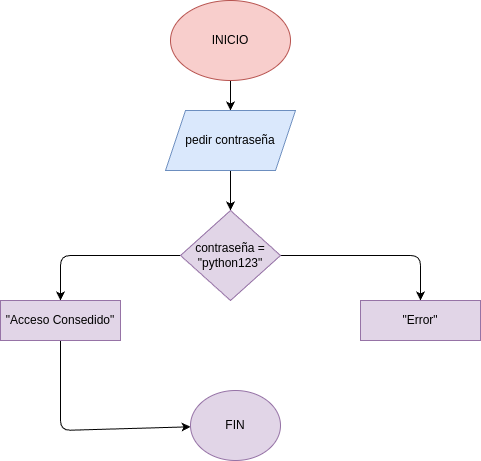
Earlier version of the draw.io export Ejercicio No.1/diagrama.png (mariapaulacarreno/Ejercicios_practica_while). Source tidied: cells renumbered, new cells last; positions are measured from the earlier drawing's top-left corner, leaving out a move shared by most shapes.
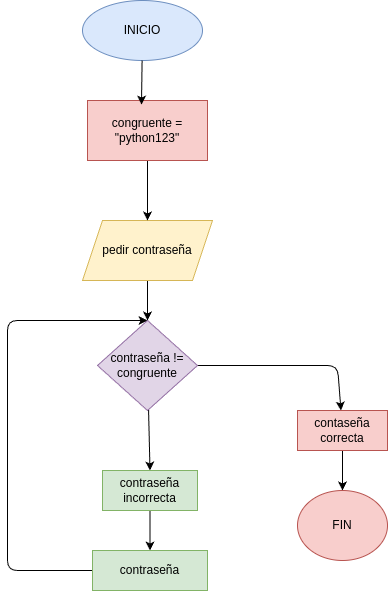
Above is the later version.

Diff of the diagram source:
```diff
@@ -2,50 +2,62 @@
   <root>
     <mxCell id="0" />
     <mxCell id="1" parent="0" />
-    <mxCell id="2" style="edgeStyle=none;html=1;" parent="1" edge="1" source="3" target="5">
-      <mxGeometry relative="1" as="geometry" />
-    </mxCell>
-    <mxCell id="3" value="INICIO" style="ellipse;whiteSpace=wrap;html=1;fillColor=#f8cecc;strokeColor=#b85450;" parent="1" vertex="1">
-      <mxGeometry x="170" width="120" height="80" as="geometry" />
-    </mxCell>
     <mxCell id="4" style="edgeStyle=none;html=1;" parent="1" edge="1" source="5" target="8">
       <mxGeometry relative="1" as="geometry" />
     </mxCell>
-    <mxCell id="5" value="pedir contraseña" style="shape=parallelogram;perimeter=parallelogramPerimeter;whiteSpace=wrap;html=1;fixedSize=1;fillColor=#dae8fc;strokeColor=#6c8ebf;" parent="1" vertex="1">
+    <mxCell id="5" value="pedir contraseña" style="shape=parallelogram;perimeter=parallelogramPerimeter;whiteSpace=wrap;html=1;fixedSize=1;fillColor=#fff2cc;strokeColor=#d6b656;" parent="1" vertex="1">
       <mxGeometry x="165" y="110" width="130" height="60" as="geometry" />
     </mxCell>
+    <mxCell id="7" style="edgeStyle=none;html=1;" parent="1" edge="1" source="8" target="11">
+      <mxGeometry relative="1" as="geometry">
+        <Array as="points">
+          <mxPoint x="420" y="255" />
+        </Array>
+      </mxGeometry>
+    </mxCell>
-    <mxCell id="6" style="edgeStyle=none;html=1;" parent="1" edge="1" source="8" target="10">
-      <mxGeometry relative="1" as="geometry">
-        <Array as="points">
-          <mxPoint x="60" y="255" />
-        </Array>
-      </mxGeometry>
+    <mxCell id="6" style="edgeStyle=none;html=1;entryX=0.5;entryY=0;entryDx=0;entryDy=0;" parent="1" edge="1" source="8" target="10">
+      <mxGeometry relative="1" as="geometry" />
     </mxCell>
-    <mxCell id="7" style="edgeStyle=none;html=1;" parent="1" edge="1" source="8" target="11">
-      <mxGeometry relative="1" as="geometry">
-        <Array as="points">
-          <mxPoint x="420" y="255" />
-        </Array>
-      </mxGeometry>
-    </mxCell>
-    <mxCell id="8" value="contraseña =&lt;div&gt;&quot;python123&quot;&lt;/div&gt;" style="rhombus;whiteSpace=wrap;html=1;fillColor=#e1d5e7;strokeColor=#9673a6;" parent="1" vertex="1">
+    <mxCell id="8" value="contraseña !=&lt;div&gt;congruente&lt;/div&gt;" style="rhombus;whiteSpace=wrap;html=1;fillColor=#e1d5e7;strokeColor=#9673a6;" parent="1" vertex="1">
       <mxGeometry x="180" y="210" width="100" height="90" as="geometry" />
     </mxCell>
-    <mxCell id="9" style="edgeStyle=none;html=1;" parent="1" edge="1" source="10" target="12">
-      <mxGeometry relative="1" as="geometry">
-        <Array as="points">
-          <mxPoint x="60" y="430" />
-        </Array>
-      </mxGeometry>
-    </mxCell>
+    <mxCell id="13" style="edgeStyle=none;html=1;" parent="1" edge="1" source="10" target="19">
+      <mxGeometry relative="1" as="geometry" />
+    </mxCell>
-    <mxCell id="10" value="&quot;Acceso Consedido&quot;" style="whiteSpace=wrap;html=1;fillColor=#e1d5e7;strokeColor=#9673a6;" parent="1" vertex="1">
-      <mxGeometry y="300" width="120" height="40" as="geometry" />
+    <mxCell id="10" value="contraseña incorrecta" style="whiteSpace=wrap;html=1;fillColor=#d5e8d4;strokeColor=#82b366;" parent="1" vertex="1">
+      <mxGeometry x="185" y="360" width="95" height="40" as="geometry" />
     </mxCell>
+    <mxCell id="14" style="edgeStyle=none;html=1;" parent="1" edge="1" source="11" target="12">
+      <mxGeometry relative="1" as="geometry" />
+    </mxCell>
-    <mxCell id="11" value="&quot;Error&quot;" style="whiteSpace=wrap;html=1;fillColor=#e1d5e7;strokeColor=#9673a6;" parent="1" vertex="1">
-      <mxGeometry x="360" y="300" width="120" height="40" as="geometry" />
+    <mxCell id="11" value="contaseña correcta" style="whiteSpace=wrap;html=1;fillColor=#f8cecc;strokeColor=#b85450;" parent="1" vertex="1">
+      <mxGeometry x="380" y="300" width="90" height="40" as="geometry" />
     </mxCell>
-    <mxCell id="12" value="FIN" style="ellipse;whiteSpace=wrap;html=1;fillColor=#e1d5e7;strokeColor=#9673a6;" parent="1" vertex="1">
-      <mxGeometry x="190" y="390" width="90" height="70" as="geometry" />
+    <mxCell id="12" value="FIN" style="ellipse;whiteSpace=wrap;html=1;fillColor=#f8cecc;strokeColor=#b85450;" parent="1" vertex="1">
+      <mxGeometry x="380" y="380" width="90" height="70" as="geometry" />
     </mxCell>
+    <mxCell id="15" style="edgeStyle=none;html=1;entryX=0.5;entryY=0;entryDx=0;entryDy=0;" parent="1" edge="1" source="16" target="5">
+      <mxGeometry relative="1" as="geometry" />
+    </mxCell>
+    <mxCell id="16" value="congruente =&lt;div&gt;&quot;python123&quot;&lt;/div&gt;" style="rounded=0;whiteSpace=wrap;html=1;fillColor=#f8cecc;strokeColor=#b85450;" parent="1" vertex="1">
+      <mxGeometry x="170" y="-10" width="120" height="60" as="geometry" />
+    </mxCell>
+    <mxCell id="3" value="INICIO" style="ellipse;whiteSpace=wrap;html=1;fillColor=#dae8fc;strokeColor=#6c8ebf;" parent="1" vertex="1">
+      <mxGeometry x="165" y="-110" width="120" height="60" as="geometry" />
+    </mxCell>
+    <mxCell id="17" style="edgeStyle=none;html=1;entryX=0.45;entryY=0.067;entryDx=0;entryDy=0;entryPerimeter=0;" parent="1" edge="1" source="3" target="16">
+      <mxGeometry relative="1" as="geometry" />
+    </mxCell>
+    <mxCell id="18" style="edgeStyle=none;html=1;entryX=0.5;entryY=0;entryDx=0;entryDy=0;" parent="1" edge="1" source="19" target="8">
+      <mxGeometry relative="1" as="geometry">
+        <Array as="points">
+          <mxPoint x="90" y="460" />
+          <mxPoint x="90" y="210" />
+        </Array>
+      </mxGeometry>
+    </mxCell>
+    <mxCell id="19" value="contraseña" style="whiteSpace=wrap;html=1;fillColor=#d5e8d4;strokeColor=#82b366;" parent="1" vertex="1">
+      <mxGeometry x="175" y="440" width="115" height="40" as="geometry" />
+    </mxCell>
   </root>
 </mxGraphModel>
```
